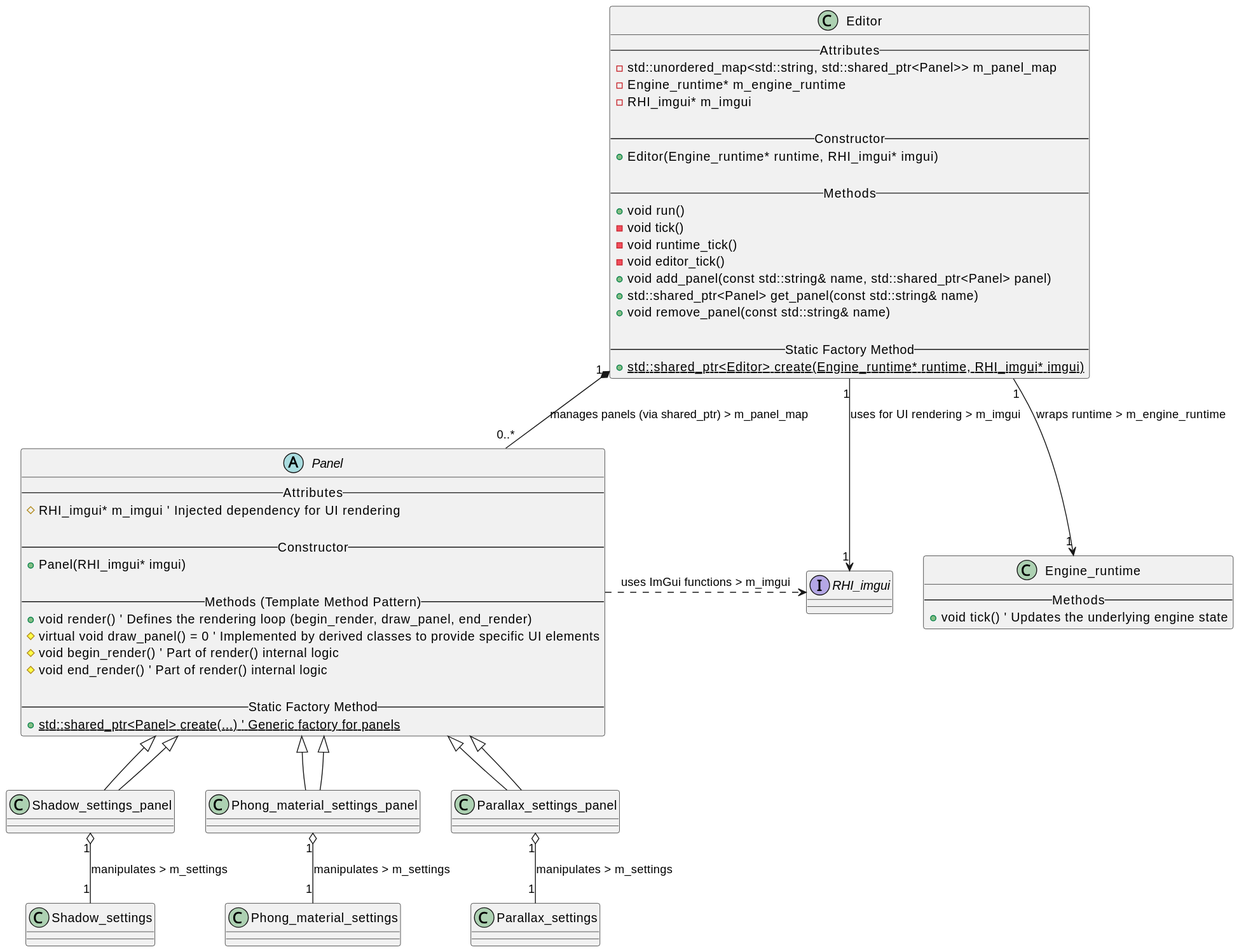
This is out/puml/editor_class/editor_class.svg from annajcy/rtr, a PlantUML export, as it was before one commit. Its diagram source:
```plantuml
@startuml
skinparam classAttributeIconVisible false



class Editor {
    -- Attributes --
    - std::unordered_map<std::string, std::shared_ptr<Panel>> m_panel_map
    - Engine_runtime* m_engine_runtime
    - RHI_imgui* m_imgui

    -- Constructor --
    + Editor(Engine_runtime* runtime, RHI_imgui* imgui)

    -- Methods --
    + void run()
    - void tick()
    - void runtime_tick()
    - void editor_tick()
    + void add_panel(const std::string& name, std::shared_ptr<Panel> panel)
    + std::shared_ptr<Panel> get_panel(const std::string& name)
    + void remove_panel(const std::string& name)

    -- Static Factory Method --
    + {static} std::shared_ptr<Editor> create(Engine_runtime* runtime, RHI_imgui* imgui)
}

abstract class Panel {
    -- Attributes --
    # RHI_imgui* m_imgui ' Injected dependency for UI rendering

    -- Constructor --
    + Panel(RHI_imgui* imgui)

    -- Methods (Template Method Pattern) --
    + void render() ' Defines the rendering loop (begin_render, draw_panel, end_render)
    # virtual void draw_panel() = 0 ' Implemented by derived classes to provide specific UI elements
    # void begin_render() ' Part of render() internal logic
    # void end_render() ' Part of render() internal logic

    -- Static Factory Method --
    + {static} std::shared_ptr<Panel> create(...) ' Generic factory for panels
}

class Shadow_settings_panel extends Panel {

}

class Phong_material_settings_panel extends Panel {

}

class Parallax_settings_panel extends Panel {

}

class Engine_runtime {
    -- Methods --
    + void tick() ' Updates the underlying engine state
}

interface RHI_imgui {

}

class Shadow_settings {

}

class Phong_material_settings {

}

class Parallax_settings {

}


Editor "1" *-- "0..*" Panel : manages panels (via shared_ptr) > m_panel_map
Editor "1" --> "1" Engine_runtime : wraps runtime > m_engine_runtime
Editor "1" --> "1" RHI_imgui : uses for UI rendering > m_imgui

Panel <|-- Shadow_settings_panel
Panel <|-- Phong_material_settings_panel
Panel <|-- Parallax_settings_panel

Panel .right.> RHI_imgui : uses ImGui functions > m_imgui

Shadow_settings_panel "1" o-- "1" Shadow_settings : manipulates > m_settings
Phong_material_settings_panel "1" o-- "1" Phong_material_settings : manipulates > m_settings
Parallax_settings_panel "1" o-- "1" Parallax_settings : manipulates > m_settings
@enduml
```
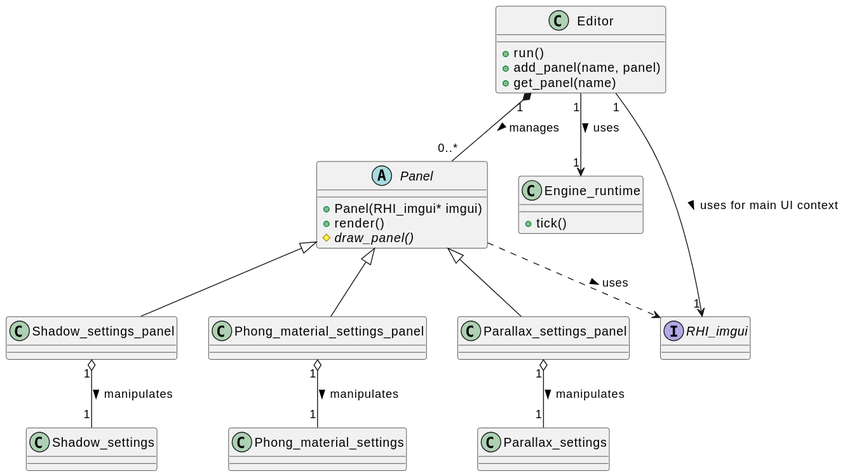
Above is the later version.

The edit, as a diff of the source:
```diff
@@ -1,92 +1,48 @@
 @startuml
 skinparam classAttributeIconVisible false
 
-
-
 class Editor {
-    -- Attributes --
-    - std::unordered_map<std::string, std::shared_ptr<Panel>> m_panel_map
-    - Engine_runtime* m_engine_runtime
-    - RHI_imgui* m_imgui
-
-    -- Constructor --
-    + Editor(Engine_runtime* runtime, RHI_imgui* imgui)
-
-    -- Methods --
-    + void run()
-    - void tick()
-    - void runtime_tick()
-    - void editor_tick()
-    + void add_panel(const std::string& name, std::shared_ptr<Panel> panel)
-    + std::shared_ptr<Panel> get_panel(const std::string& name)
-    + void remove_panel(const std::string& name)
-
-    -- Static Factory Method --
-    + {static} std::shared_ptr<Editor> create(Engine_runtime* runtime, RHI_imgui* imgui)
+  + run()
+  + add_panel(name, panel)
+  + get_panel(name)
 }
 
 abstract class Panel {
-    -- Attributes --
-    # RHI_imgui* m_imgui ' Injected dependency for UI rendering
-
-    -- Constructor --
-    + Panel(RHI_imgui* imgui)
-
-    -- Methods (Template Method Pattern) --
-    + void render() ' Defines the rendering loop (begin_render, draw_panel, end_render)
-    # virtual void draw_panel() = 0 ' Implemented by derived classes to provide specific UI elements
-    # void begin_render() ' Part of render() internal logic
-    # void end_render() ' Part of render() internal logic
-
-    -- Static Factory Method --
-    + {static} std::shared_ptr<Panel> create(...) ' Generic factory for panels
+  + Panel(RHI_imgui* imgui)
+  + render()
+  # {abstract} draw_panel()
 }
 
+
 class Shadow_settings_panel extends Panel {
-
 }
 
 class Phong_material_settings_panel extends Panel {
-
 }
 
 class Parallax_settings_panel extends Panel {
-
 }
 
 class Engine_runtime {
-    -- Methods --
-    + void tick() ' Updates the underlying engine state
+  + tick()
 }
 
 interface RHI_imgui {
-
 }
 
-class Shadow_settings {
-
-}
-
-class Phong_material_settings {
-
-}
-
-class Parallax_settings {
-
-}
+class Shadow_settings {}
+class Phong_material_settings {}
+class Parallax_settings {}
 
 
-Editor "1" *-- "0..*" Panel : manages panels (via shared_ptr) > m_panel_map
-Editor "1" --> "1" Engine_runtime : wraps runtime > m_engine_runtime
-Editor "1" --> "1" RHI_imgui : uses for UI rendering > m_imgui
+Editor "1" *-- "0..*" Panel : manages >
+Editor "1" --> "1" Engine_runtime : uses >
+Editor "1" --> "1" RHI_imgui : uses for main UI context >
 
-Panel <|-- Shadow_settings_panel
-Panel <|-- Phong_material_settings_panel
-Panel <|-- Parallax_settings_panel
 
-Panel .right.> RHI_imgui : uses ImGui functions > m_imgui
+Panel ..> RHI_imgui : uses >
 
-Shadow_settings_panel "1" o-- "1" Shadow_settings : manipulates > m_settings
-Phong_material_settings_panel "1" o-- "1" Phong_material_settings : manipulates > m_settings
-Parallax_settings_panel "1" o-- "1" Parallax_settings : manipulates > m_settings
+Shadow_settings_panel "1" o-- "1" Shadow_settings : manipulates >
+Phong_material_settings_panel "1" o-- "1" Phong_material_settings : manipulates >
+Parallax_settings_panel "1" o-- "1" Parallax_settings : manipulates >
 @enduml
```
